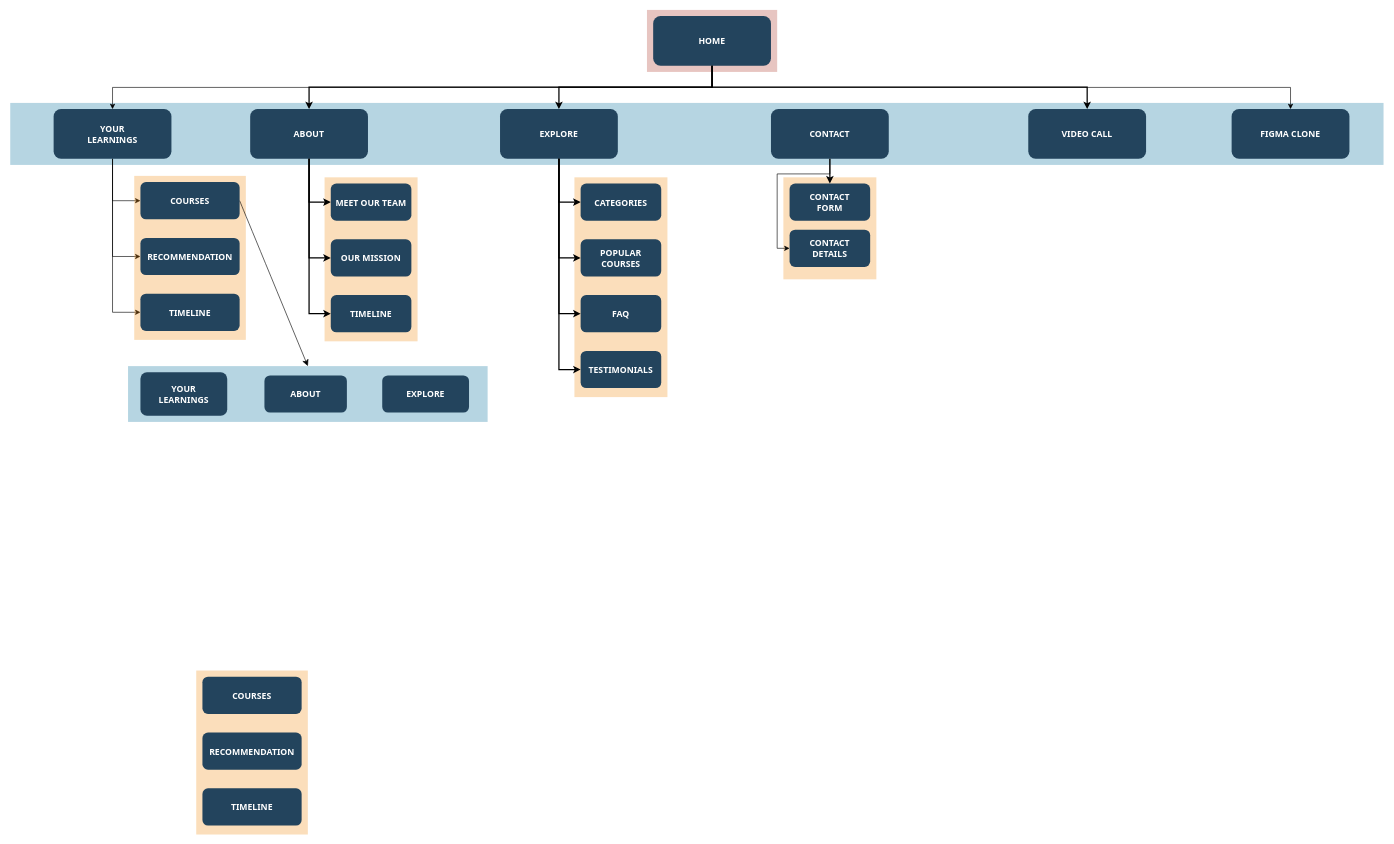
The draw.io diagram Sitemap.drawio in ayush-ranjan07/DynamiX, before the edit. Source tidied: cells renumbered, new cells numbered last; positions are measured from the earlier drawing's top-left corner, leaving out a move shared by most shapes. Both pictures are drawn from the tidied source at 62%, with x=0, y=0 at pixel (10, 10).
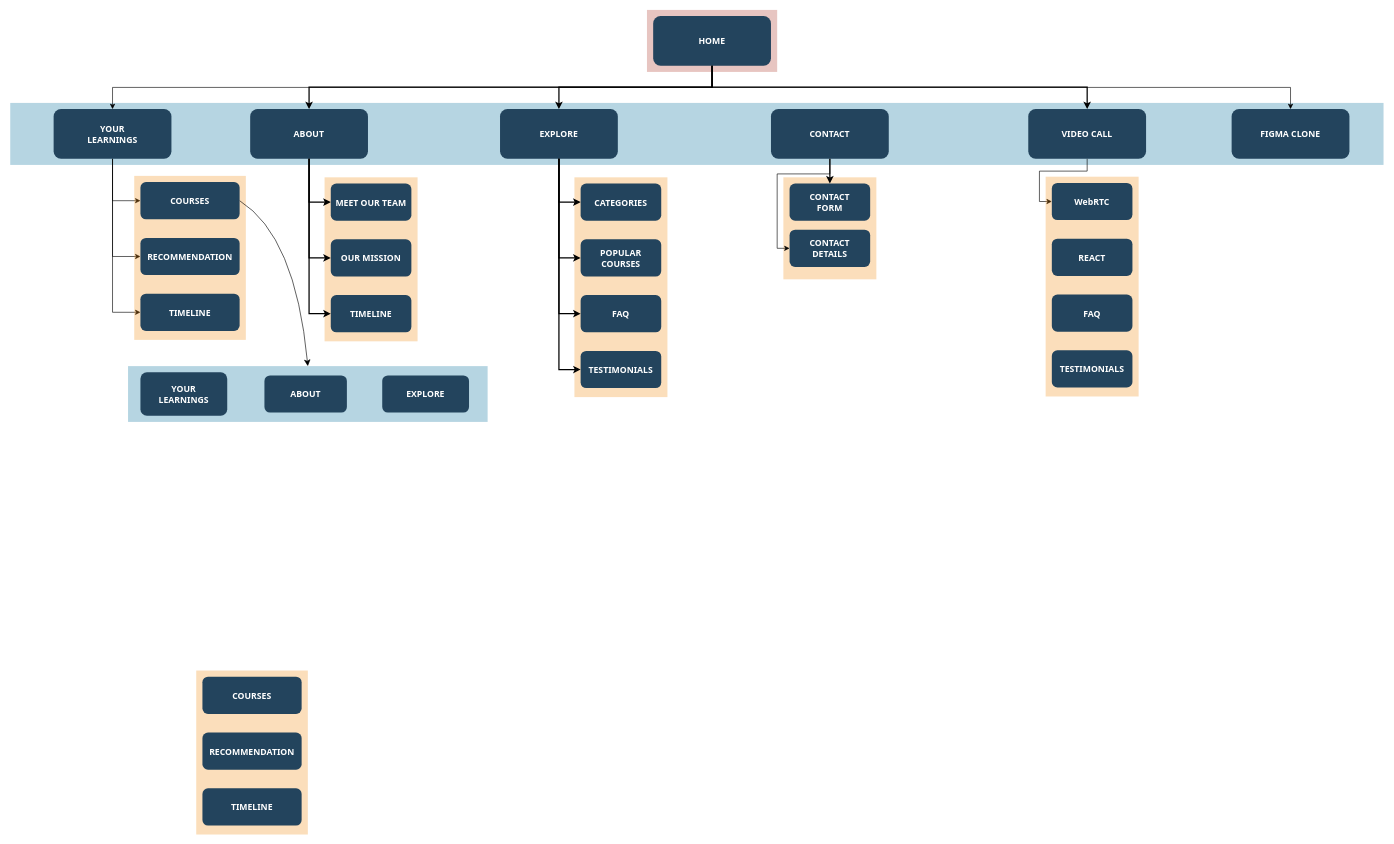
The same page after the edit.

Unchanged cells that the change refers to:
```xml
<mxCell id="9" value="VIDEO CALL" style="rounded=1;fillColor=#23445D;gradientColor=none;strokeColor=none;fontColor=#FFFFFF;fontStyle=1;fontFamily=Tahoma;fontSize=14;" parent="1" vertex="1">
  <mxGeometry x="1642" y="159.5" width="190" height="80" as="geometry" />
</mxCell>
<mxCell id="43" value="COURSES" style="rounded=1;fillColor=#23445D;gradientColor=none;strokeColor=none;fontColor=#FFFFFF;fontStyle=1;fontFamily=Tahoma;fontSize=14;" parent="1" vertex="1">
  <mxGeometry x="210" y="277.2" width="160" height="60" as="geometry" />
</mxCell>
<mxCell id="50" style="fillColor=#10739E;strokeColor=none;opacity=30;" parent="1" vertex="1">
  <mxGeometry x="190" y="574" width="580" height="90" as="geometry" />
</mxCell>
```

Diff of the diagram source:
```diff
@@
+    <mxCell id="54" style="edgeStyle=orthogonalEdgeStyle;rounded=0;jettySize=auto;html=1;exitX=0.5;exitY=1;exitDx=0;exitDy=0;entryX=0;entryY=0.5;entryDx=0;entryDy=0;" parent="1" edge="1" source="9" target="56">
+      <mxGeometry relative="1" as="geometry" />
+    </mxCell>
@@
     <mxCell id="42" style="edgeStyle=none;curved=1;rounded=0;jettySize=auto;html=1;exitX=1;exitY=0.5;exitDx=0;exitDy=0;entryX=0.5;entryY=0;entryDx=0;entryDy=0;fontSize=12;startSize=8;endSize=8;" parent="1" edge="1" source="43" target="50">
-      <mxGeometry relative="1" as="geometry" />
+      <mxGeometry relative="1" as="geometry">
+        <Array as="points">
+          <mxPoint x="460" y="364" />
+        </Array>
+      </mxGeometry>
     </mxCell>
@@
+    <mxCell id="55" style="fillColor=#F2931E;strokeColor=none;opacity=30;" parent="1" vertex="1">
+      <mxGeometry x="1670" y="268.5" width="150" height="354.5" as="geometry" />
+    </mxCell>
+    <mxCell id="56" value="WebRTC" style="rounded=1;fillColor=#23445D;gradientColor=none;strokeColor=none;fontColor=#FFFFFF;fontStyle=1;fontFamily=Tahoma;fontSize=14;" parent="1" vertex="1">
+      <mxGeometry x="1680" y="278.5" width="130" height="60" as="geometry" />
+    </mxCell>
+    <mxCell id="57" value="REACT" style="rounded=1;fillColor=#23445D;gradientColor=none;strokeColor=none;fontColor=#FFFFFF;fontStyle=1;fontFamily=Tahoma;fontSize=14;" parent="1" vertex="1">
+      <mxGeometry x="1680" y="368.5" width="130" height="60" as="geometry" />
+    </mxCell>
+    <mxCell id="58" value="FAQ" style="rounded=1;fillColor=#23445D;gradientColor=none;strokeColor=none;fontColor=#FFFFFF;fontStyle=1;fontFamily=Tahoma;fontSize=14;" parent="1" vertex="1">
+      <mxGeometry x="1680" y="458.5" width="130" height="60" as="geometry" />
+    </mxCell>
+    <mxCell id="59" value="TESTIMONIALS" style="rounded=1;fillColor=#23445D;gradientColor=none;strokeColor=none;fontColor=#FFFFFF;fontStyle=1;fontFamily=Tahoma;fontSize=14;" parent="1" vertex="1">
+      <mxGeometry x="1680" y="548.5" width="130" height="60" as="geometry" />
+    </mxCell>
+    <mxCell id="60" style="edgeStyle=orthogonalEdgeStyle;rounded=0;orthogonalLoop=1;jettySize=auto;html=1;exitX=0.5;exitY=1;exitDx=0;exitDy=0;" parent="1" edge="1" source="55" target="55">
+      <mxGeometry relative="1" as="geometry" />
+    </mxCell>
```
